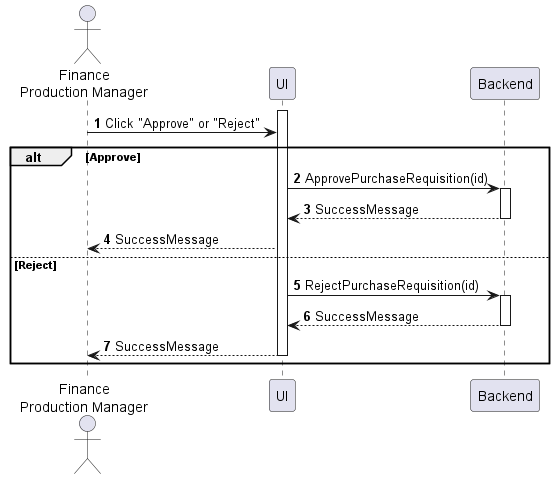
phihungha/scmss-reqs keeps this PlantUML diagram as sequences/purchase-requisition-approve.png. Above is the earlier version.
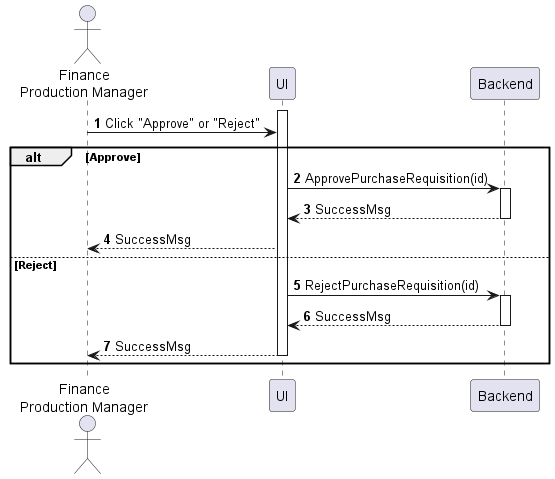
After the commit.

What changed in the source:
```diff
@@ -11,14 +11,14 @@
 alt Approve
     f -> b : ApprovePurchaseRequisition(id)
     activate b
-    b --> f : SuccessMessage
+    b --> f : SuccessMsg
     deactivate b
-    f --> a : SuccessMessage
+    f --> a : SuccessMsg
 else Reject
     f -> b : RejectPurchaseRequisition(id)
     activate b
-    return SuccessMessage
-    f --> a : SuccessMessage
+    return SuccessMsg
+    f --> a : SuccessMsg
     deactivate f
 end
 @enduml
```
